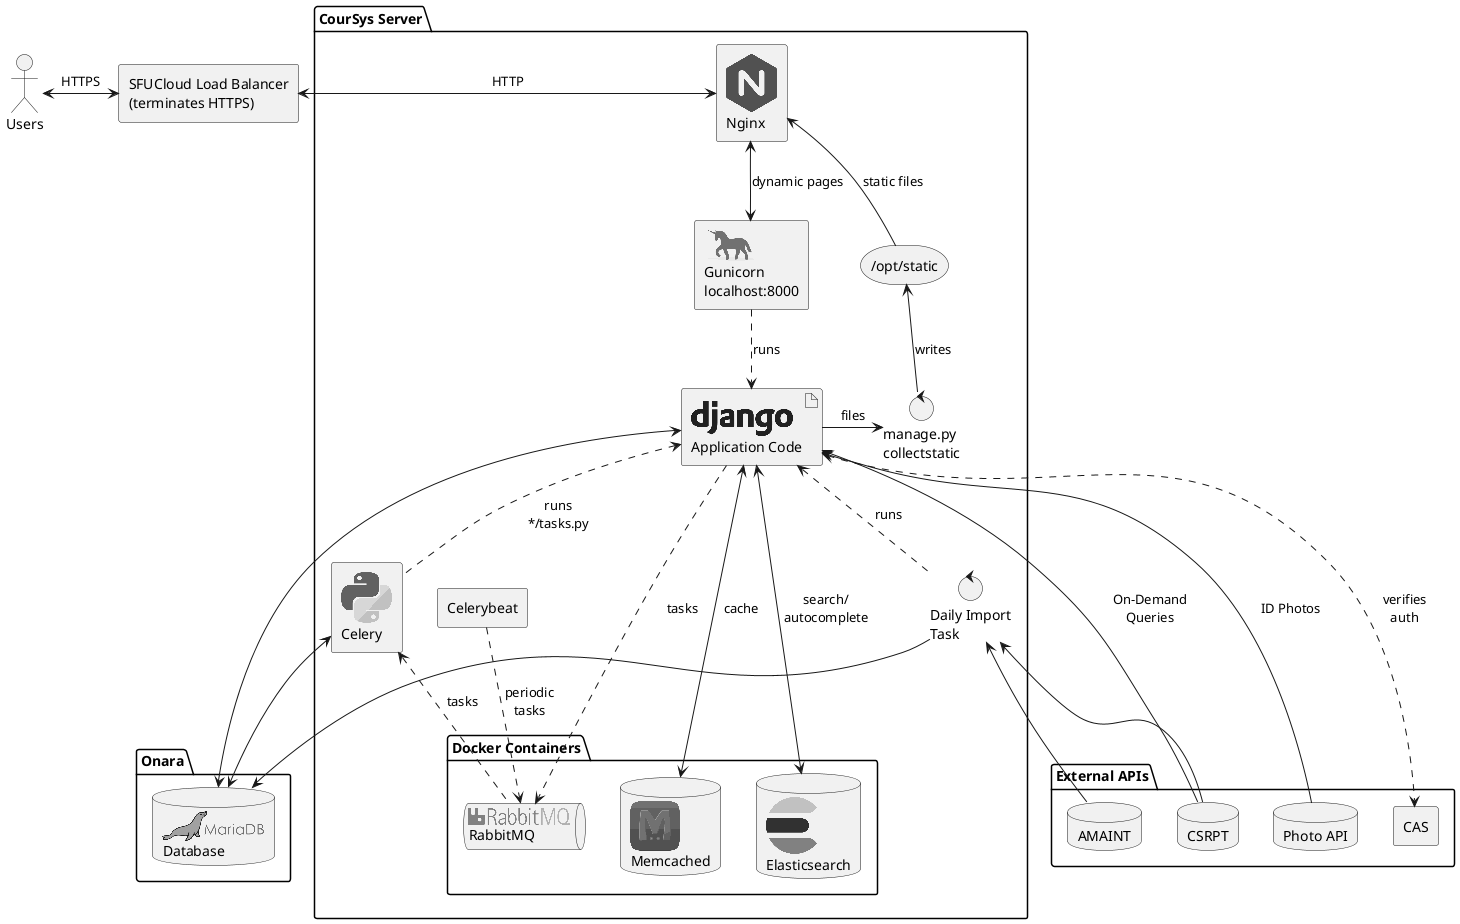
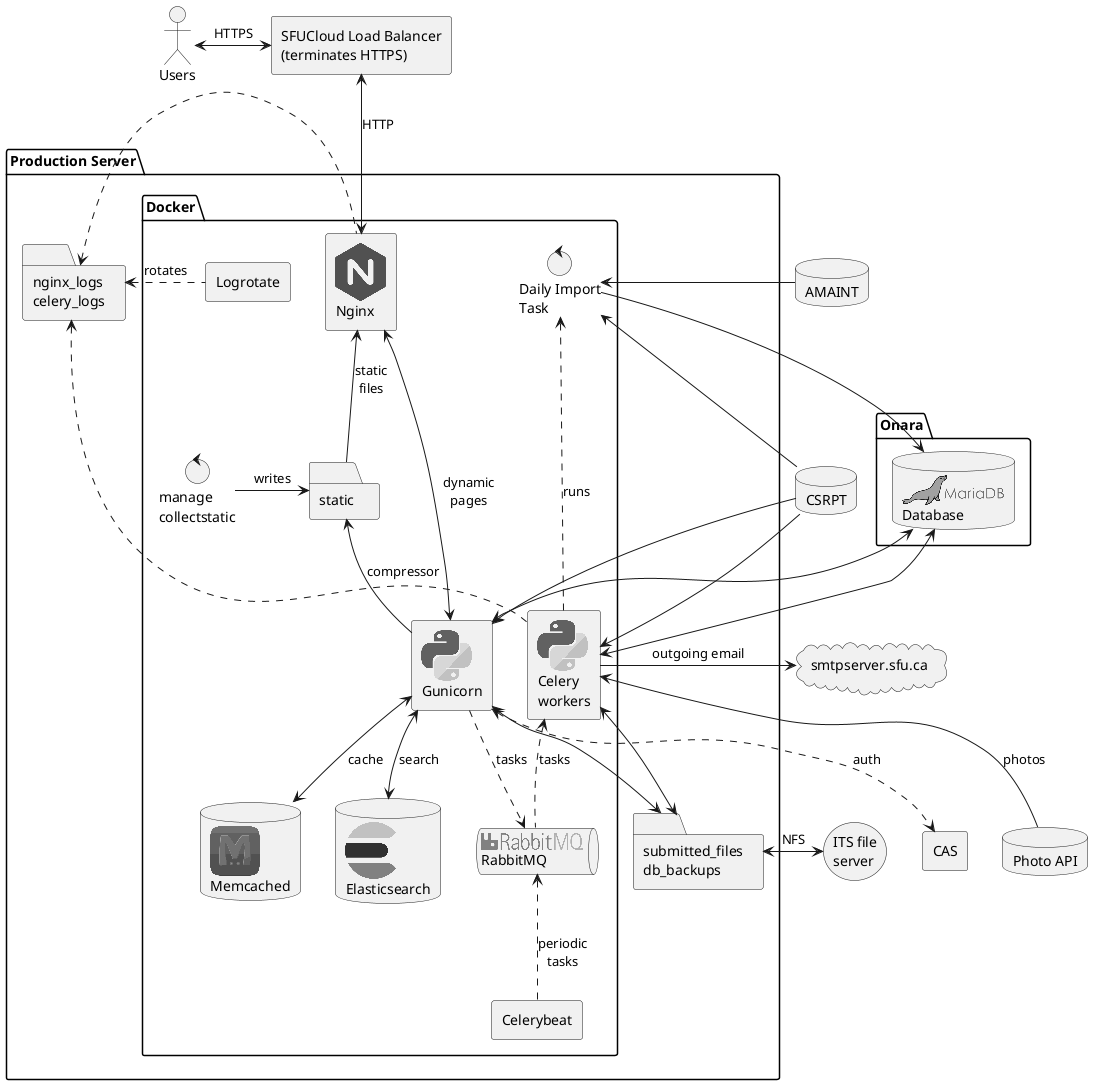
' To generate diagram:
' sudo apt install plantuml
' plantuml arch.puml

- ' https://github.com/plantuml/plantuml-stdlib/tree/master/logos
+ ' https://github.com/plantuml/plantuml-stdlib/tree/master/stdlib/logos

@startuml

!include <logos/nginx>
!include <logos/gunicorn>
!include <logos/django>
!include <logos/rabbitmq>
!include <logos/ruby>
!include <logos/python>
!include <logos/rabbitmq>
!include <logos/memcached>
!include <logos/elasticsearch>
!include <logos/mariadb>

actor Users as users

agent "SFUCloud Load Balancer\n(terminates HTTPS)" as lb

users <-> lb : HTTPS

- package "CourSys Server" {
-     agent "<$nginx>\nNginx" as nginx
-     agent "<$gunicorn>\nGunicorn\nlocalhost:8000" as gunicorn
-     artifact "<$django>\nApplication Code" as django
+ package "Production Server" {
+     folder "nginx_logs\ncelery_logs" as nginx_logs

-     agent "<$python>\nCelery" as celery
-     agent "Celerybeat" as celerybeat
+     package "Docker" {
+         folder "static" as static
+         control "Daily Import\nTask" as import

-     control "Daily Import\nTask" as import
-     storage "/opt/static" as static
-     control "manage.py\ncollectstatic" as collectstatic
+         agent "<$python>\nCelery\nworkers" as celery
+         agent "Celerybeat" as celerybeat
+         agent "<$nginx>\nNginx" as nginx
+         agent "<$python>\nGunicorn" as gunicorn

-     package "Docker Containers" {
        queue "<$rabbitmq>\nRabbitMQ" as rabbitmq
-         'agent "<$ruby>\nMarkdown Converter" as markdown
        database "<$memcached>\nMemcached" as memcached
        database "<$elasticsearch>\nElasticsearch" as elasticsearch
+         agent "Logrotate" as logrotate
+ 
+         static <-- gunicorn  : "compressor"
+         nginx <-- static : "static\nfiles"
+         nginx <---> gunicorn : "dynamic\npages"
+ 
+         gunicorn ..> rabbitmq : tasks
+         celery <.. rabbitmq : tasks
+         gunicorn <--> memcached : cache
+         gunicorn <--> elasticsearch : search
+         rabbitmq <.. celerybeat : periodic\ntasks
+         import <... celery : runs
+ 
+         control "manage\ncollectstatic" as collectstatic
    }

-     nginx <--> gunicorn : dynamic pages
-     static <-- collectstatic : "writes"
-     nginx <-- static : static files
-     django -> collectstatic : files
+     nginx_logs <. nginx
+     nginx_logs <. celery
+     nginx_logs <. logrotate : rotates

-     gunicorn ..> django : runs
-     django <.. celery : "runs\n~*/tasks.py"
+     folder "submitted_files\ndb_backups" as files
+     gunicorn <--> files
+     celery <--> files

-     'celery .> import : task
-     django <.. import : runs
- 
-     django ..> rabbitmq : tasks
-     'django <--> rabbitmq : markdown\nconversions
-     celery <.. rabbitmq : tasks
-     django <--> memcached : cache
-     'rabbitmq <-> markdown : markdown\nconversions
-     django <--> elasticsearch : search/\nautocomplete
-     celerybeat ..> rabbitmq : periodic\ntasks
}

package "Onara" {
    database "<$mariadb>\nDatabase" as db
}

- nginx <-> lb : HTTP
- django <-> db
- celery <--> db
+ lb <--> nginx : HTTP
+ db <--> gunicorn
+ db <--> celery
import --> db

- package "External APIs" {
-     database "CSRPT" as csrpt
-     agent "CAS" as cas
-     database "Photo API" as photo
-     database "AMAINT" as amaint
- }
+ database "CSRPT" as csrpt
+ agent "CAS" as cas
+ database "Photo API" as photo
+ database "AMAINT" as amaint
+ cloud "smtpserver.sfu.ca" as email

import <-- csrpt
- django <-- csrpt : On-Demand\nQueries
- django <..> cas : verifies\nauth
- django <-- photo : ID Photos
- import <-- amaint
+ csrpt --> celery
+ csrpt --> gunicorn
+ gunicorn <..> cas : auth
+ celery <-- photo : photos
+ email <- celery : "outgoing email"
+ import <- amaint

+ collectstatic -> static : "writes"
+ 
+ storage "ITS file\nserver" as nfs
+ nfs <-> files : NFS

@enduml
